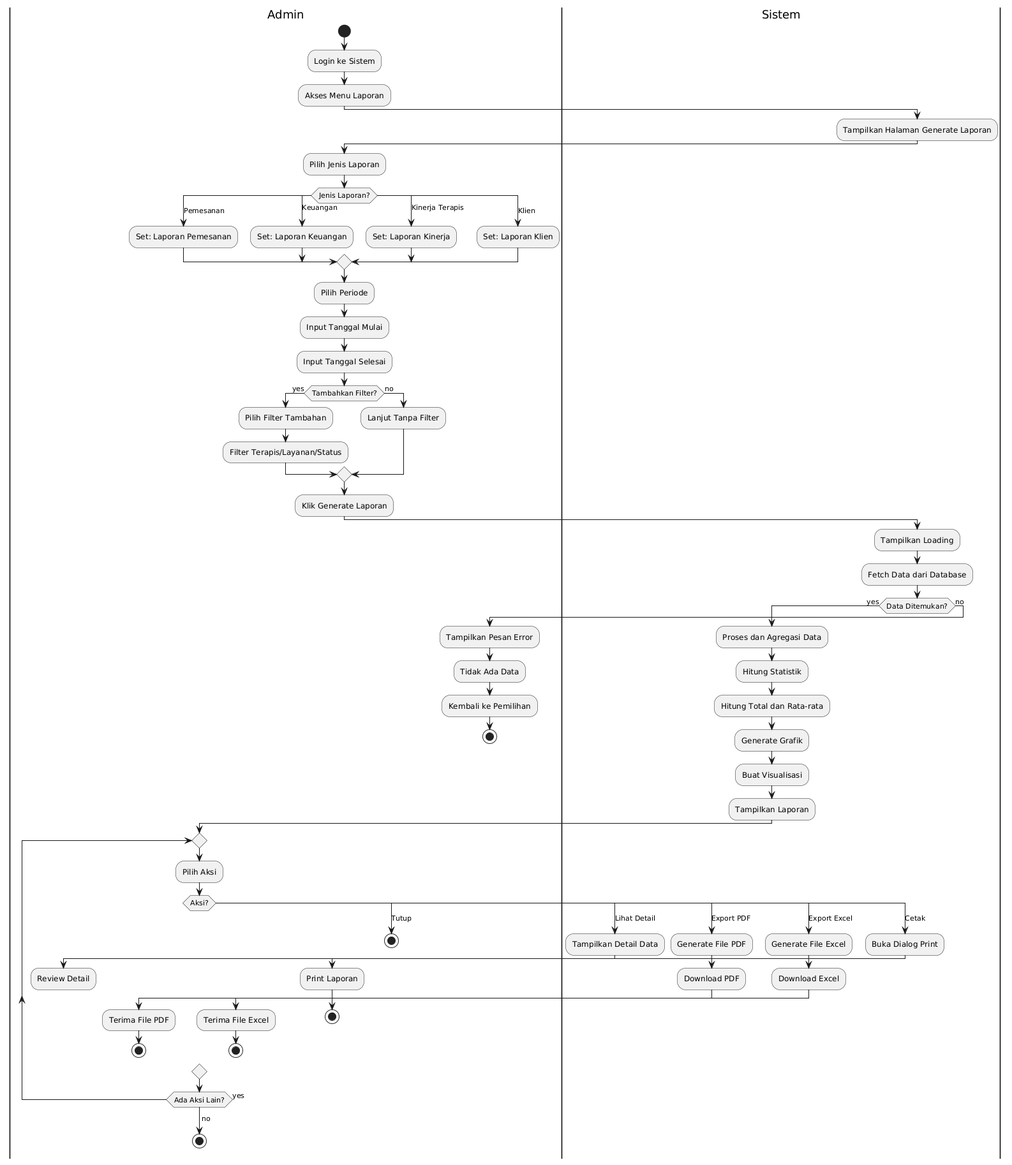
Above: tugas-selesai/04_proyek_sistem_informasi/03_desain/diagrams/images/04_activity_diagram_generate_report.png in roqianjas/unm-s7 (PlantUML), before the change. Its diagram source:
```plantuml
@startuml
|Admin|
start
:Login ke Sistem;
:Akses Menu Laporan;

|Sistem|
:Tampilkan Halaman Generate Laporan;

|Admin|
:Pilih Jenis Laporan;

switch (Jenis Laporan?)
case (Pemesanan)
  :Set: Laporan Pemesanan;
case (Keuangan)
  :Set: Laporan Keuangan;
case (Kinerja Terapis)
  :Set: Laporan Kinerja;
case (Klien)
  :Set: Laporan Klien;
endswitch

:Pilih Periode;
:Input Tanggal Mulai;
:Input Tanggal Selesai;

if (Tambahkan Filter?) then (yes)
  :Pilih Filter Tambahan;
  :Filter Terapis/Layanan/Status;
else (no)
  :Lanjut Tanpa Filter;
endif

:Klik Generate Laporan;

|Sistem|
:Tampilkan Loading;
:Fetch Data dari Database;

if (Data Ditemukan?) then (yes)
  :Proses dan Agregasi Data;
  :Hitung Statistik;
  :Hitung Total dan Rata-rata;
  :Generate Grafik;
  :Buat Visualisasi;
  :Tampilkan Laporan;

  |Admin|
  repeat
    :Pilih Aksi;

    switch (Aksi?)
    case (Lihat Detail)
      |Sistem|
      :Tampilkan Detail Data;
      |Admin|
      :Review Detail;

    case (Export PDF)
      |Sistem|
      :Generate File PDF;
      :Download PDF;
      |Admin|
      :Terima File PDF;
      stop

    case (Export Excel)
      |Sistem|
      :Generate File Excel;
      :Download Excel;
      |Admin|
      :Terima File Excel;
      stop

    case (Cetak)
      |Sistem|
      :Buka Dialog Print;
      |Admin|
      :Print Laporan;
      stop

    case (Tutup)
      stop
    endswitch

  repeat while (Ada Aksi Lain?) is (yes)
  ->no;
  stop

else (no)
  :Tampilkan Pesan Error;
  :Tidak Ada Data;

  |Admin|
  :Kembali ke Pemilihan;
  stop
endif
@enduml
```
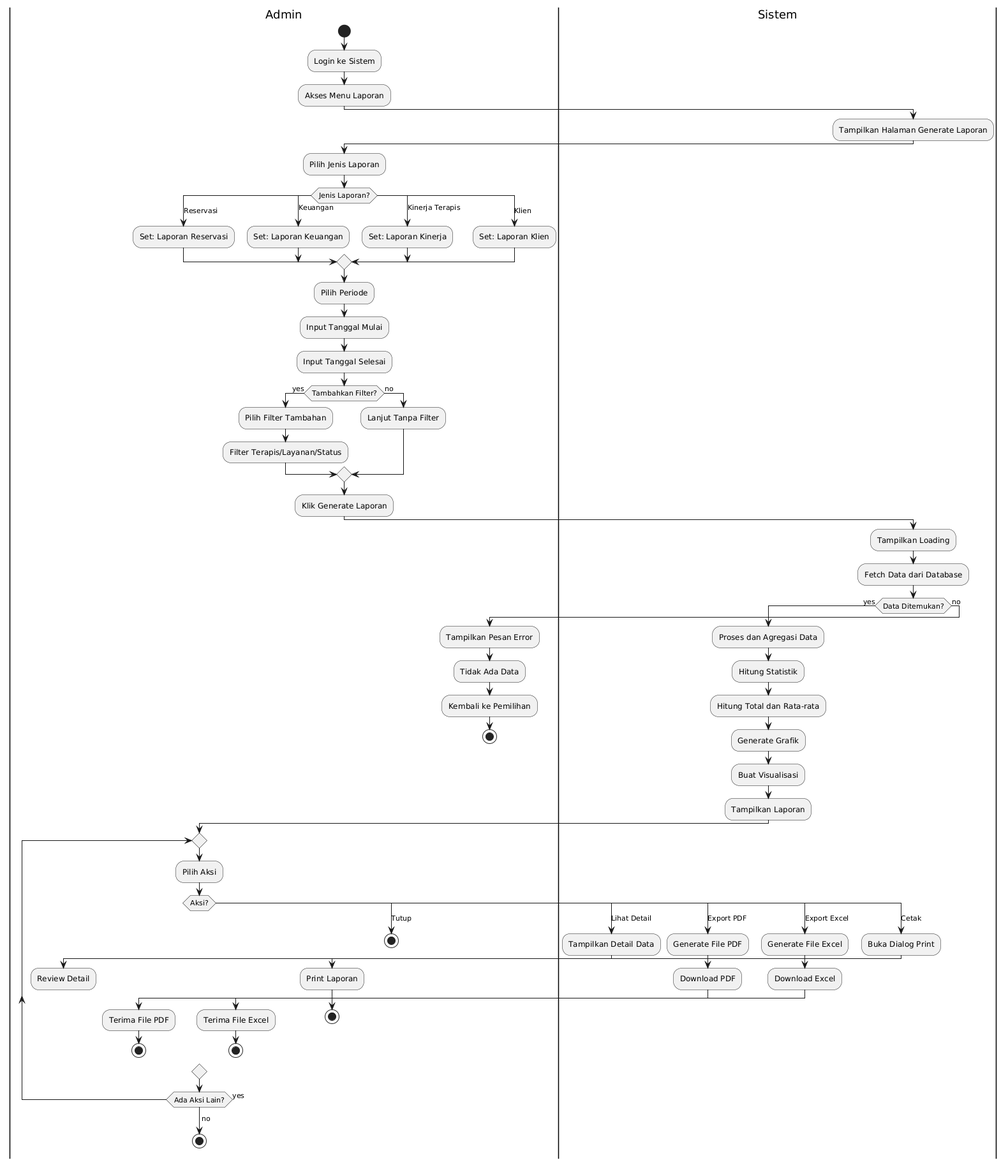
Later version of the same file.

Change to the diagram source:
```diff
@@ -11,8 +11,8 @@
 :Pilih Jenis Laporan;
 
 switch (Jenis Laporan?)
-case (Pemesanan)
-  :Set: Laporan Pemesanan;
+case (Reservasi)
+  :Set: Laporan Reservasi;
 case (Keuangan)
   :Set: Laporan Keuangan;
 case (Kinerja Terapis)
```
